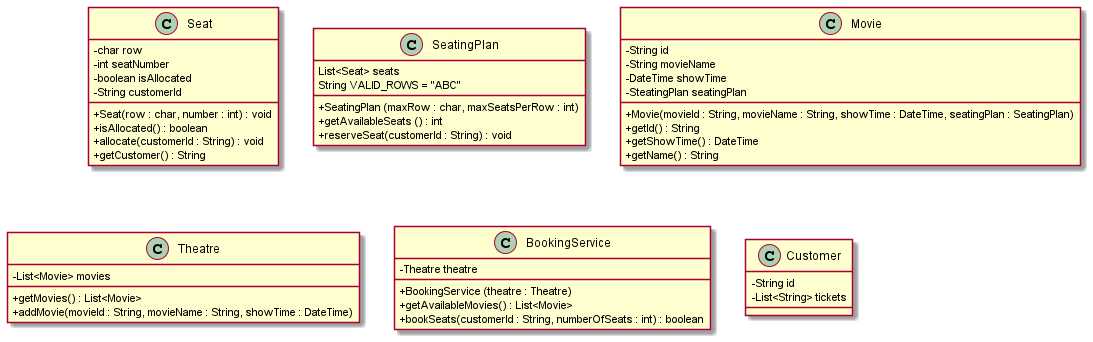
Before: uml/CinnamonCinema.png, a diagram exported from PlantUML (probert999/cinnamon-cinema).
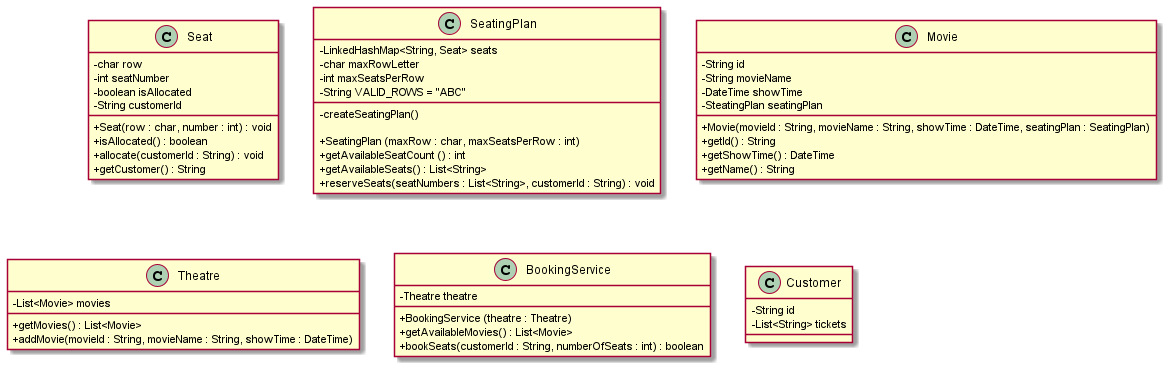
After the commit.

The edit, as a diff of the source:
```diff
@@ -14,12 +14,17 @@
 }
 
 class SeatingPlan {
-    List<Seat> seats
-    String VALID_ROWS = "ABC"
+    - LinkedHashMap<String, Seat> seats
+    - char maxRowLetter
+    - int maxSeatsPerRow
+    - String VALID_ROWS = "ABC"
+
+    - createSeatingPlan()
 
     + SeatingPlan (maxRow : char, maxSeatsPerRow : int)
-    + getAvailableSeats () : int
-    + reserveSeat(customerId : String) : void
+    + getAvailableSeatCount () : int
+    + getAvailableSeats() : List<String>
+    + reserveSeats(seatNumbers : List<String>, customerId : String) : void
 }
 
 class Movie {
```
